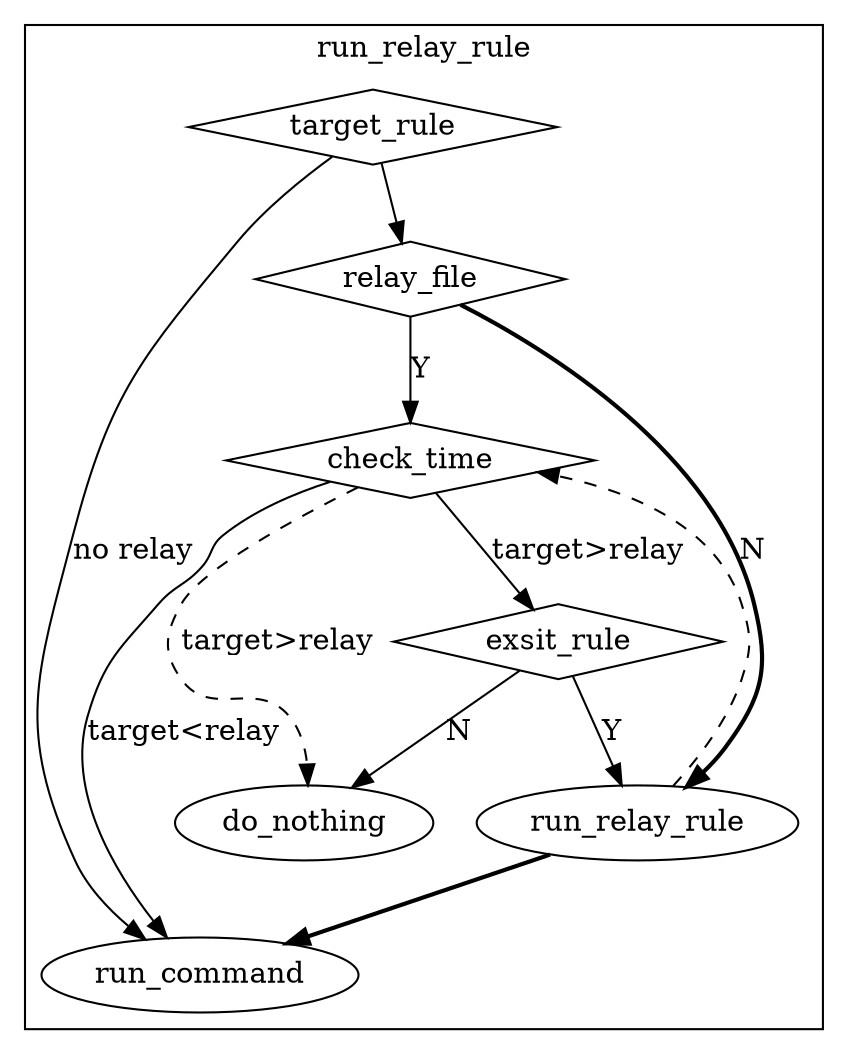
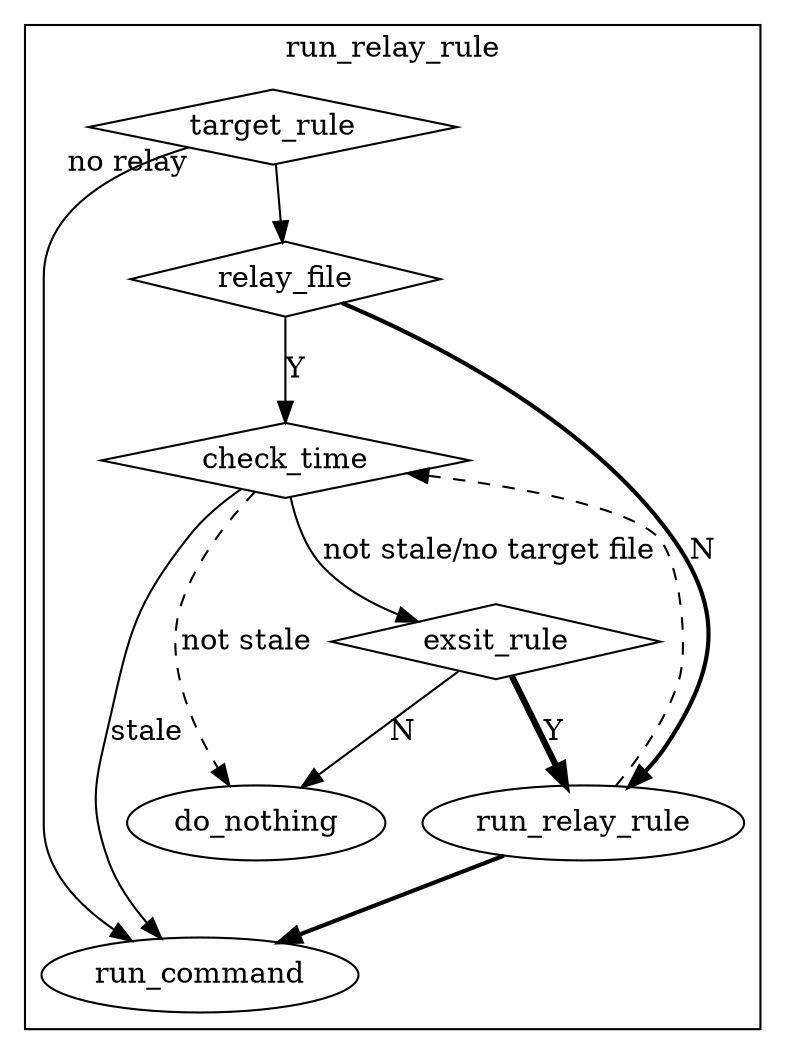
digraph G {
    subgraph cluster_a {
	label="run_relay_rule"
- 	"target_rule" -> "run_command" [label="no relay"]
+ 	"target_rule" -> "run_command" [taillabel="no relay"]
	"target_rule" -> "relay_file"
	"relay_file" [shape=diamond]
	"relay_file" -> "check_time" [label="Y"]
	"relay_file" -> "run_relay_rule" [stype=dotted, penwidth=2, label="N"]
	"run_relay_rule" -> "run_command" [stype=dotted, penwidth=2]
	"target_rule" [shape=diamond]
	"run_relay_rule" -> "check_time" [style=dashed]
- 	"check_time" -> "do_nothing" [label="target>relay", style=dashed]
- 	"check_time" -> "run_command" [label="target<relay"]
- 	"check_time" -> "exsit_rule" [label="target>relay"]
+ 	"check_time" -> "do_nothing" [label="not stale", style=dashed]
+ 	"check_time" -> "run_command" [label="stale"]
+ 	"check_time" -> "exsit_rule" [label="not stale/no target file"]
	"check_time" [shape=diamond]
- 	"exsit_rule" -> "run_relay_rule" [label="Y"]
+ 	"exsit_rule" -> "run_relay_rule" [label="Y", stype=dotted, penwidth=3]
	"exsit_rule" -> "do_nothing" [label="N"]
	"exsit_rule" [shape=diamond]
    }
}
